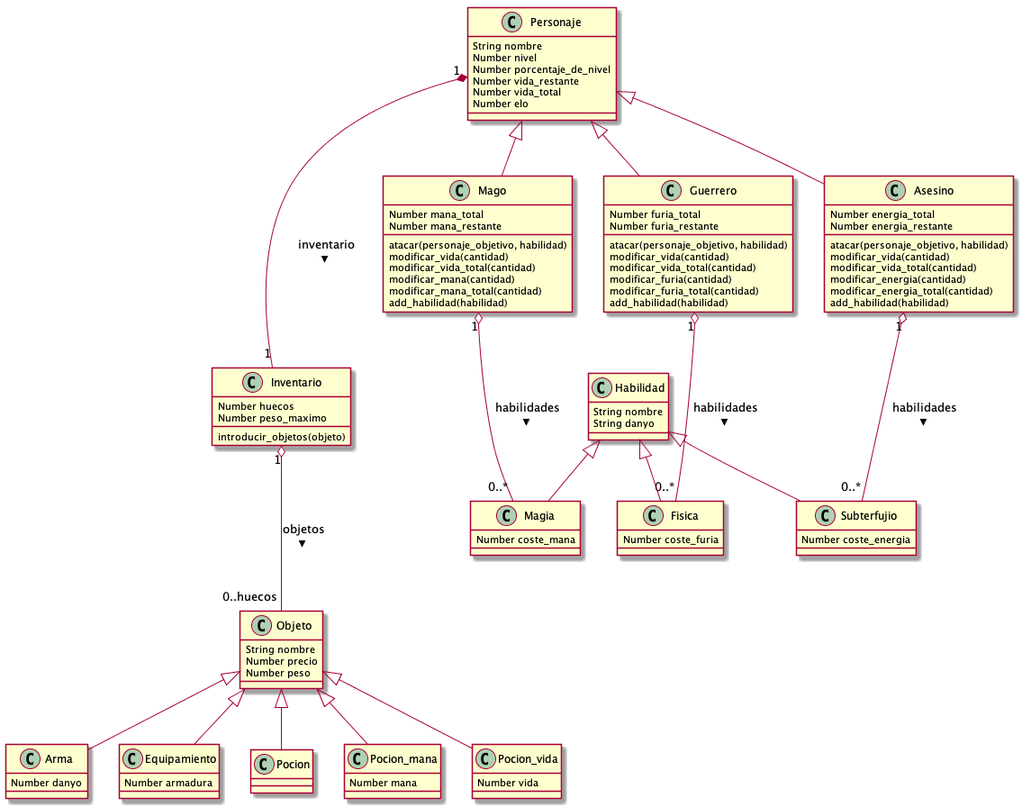
Earlier version of the PlantUML export out/DiagramaClases/DiagramaClases.png (manelme/alan-game).
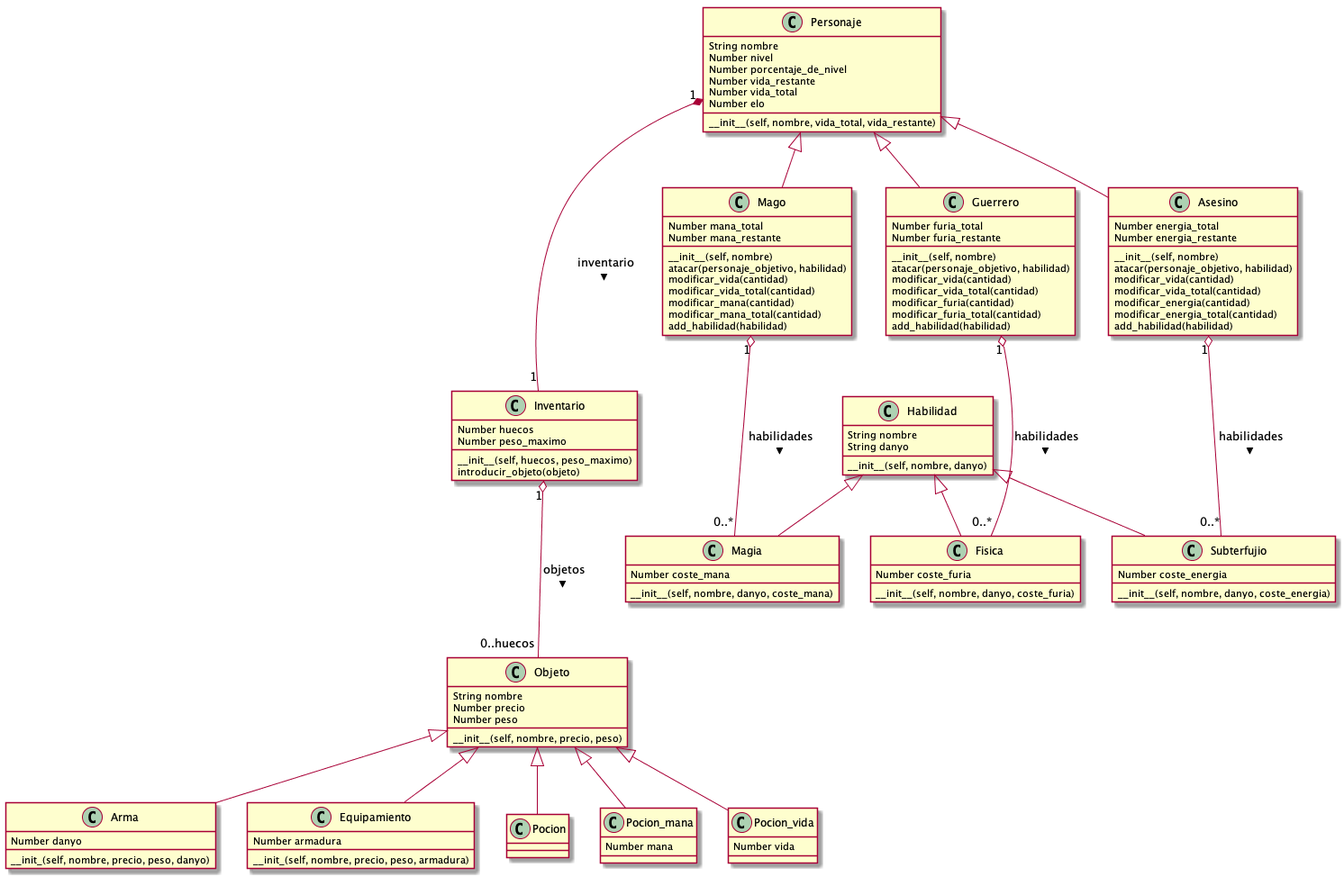
After the change.

Commit message:
todos los diagramas up

The edit, as a diff of the source:
```diff
@@ -27,10 +27,12 @@
     Number vida_restante
     Number vida_total
     Number elo
+    __init__(self, nombre, vida_total, vida_restante)
 }
 class Guerrero{
     Number furia_total
     Number furia_restante
+    __init__(self, nombre)
     atacar(personaje_objetivo, habilidad)
     modificar_vida(cantidad)
     modificar_vida_total(cantidad)
@@ -41,6 +43,7 @@
 class Mago{
     Number mana_total
     Number mana_restante
+    __init__(self, nombre)
     atacar(personaje_objetivo, habilidad)
     modificar_vida(cantidad)
     modificar_vida_total(cantidad)
@@ -51,6 +54,7 @@
 class Asesino{
     Number energia_total
     Number energia_restante
+    __init__(self, nombre)
     atacar(personaje_objetivo, habilidad)
     modificar_vida(cantidad)
     modificar_vida_total(cantidad)
@@ -62,17 +66,21 @@
     String nombre
     Number precio
     Number peso
+    __init__(self, nombre, precio, peso)
 }
 class Inventario{
     Number huecos
     Number peso_maximo
-    introducir_objetos(objeto)
+    __init__(self, huecos, peso_maximo)
+    introducir_objeto(objeto)
 }
 class Equipamiento{
     Number armadura
+    __init_(self, nombre, precio, peso, armadura)
 }
 class Arma{
     Number danyo
+    __init_(self, nombre, precio, peso, danyo)
 }
 class Pocion_mana{
     Number mana
@@ -83,14 +91,18 @@
 class Habilidad{
     String nombre
     String danyo
+    __init__(self, nombre, danyo)
 }
 class Magia{
     Number coste_mana
+    __init__(self, nombre, danyo, coste_mana)
 }
 class Fisica{
     Number coste_furia
+    __init__(self, nombre, danyo, coste_furia)
 }
 class Subterfujio{
     Number coste_energia
+    __init__(self, nombre, danyo, coste_energia)
 }
 @enduml
```
